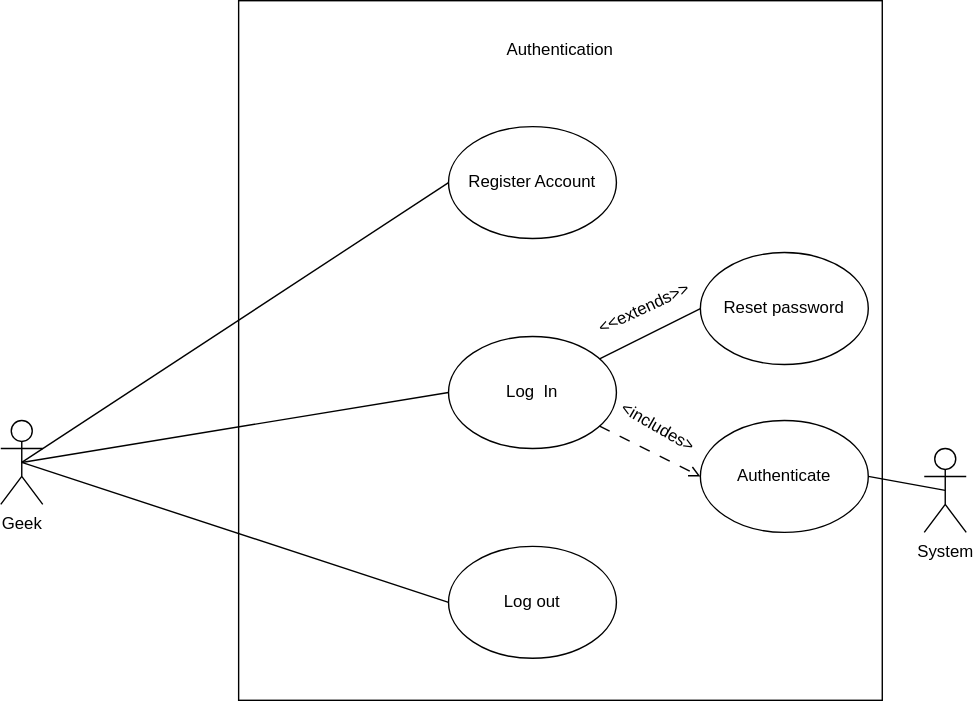
Earlier version of the draw.io export Deliverable1/UsecaseDiagrams/Authentication.drawio.svg (tshegofatso-motlhakane/Geeks-Chat). Source tidied: cells renumbered, new cells last; positions are measured from the earlier drawing's top-left corner, leaving out a move shared by most shapes.
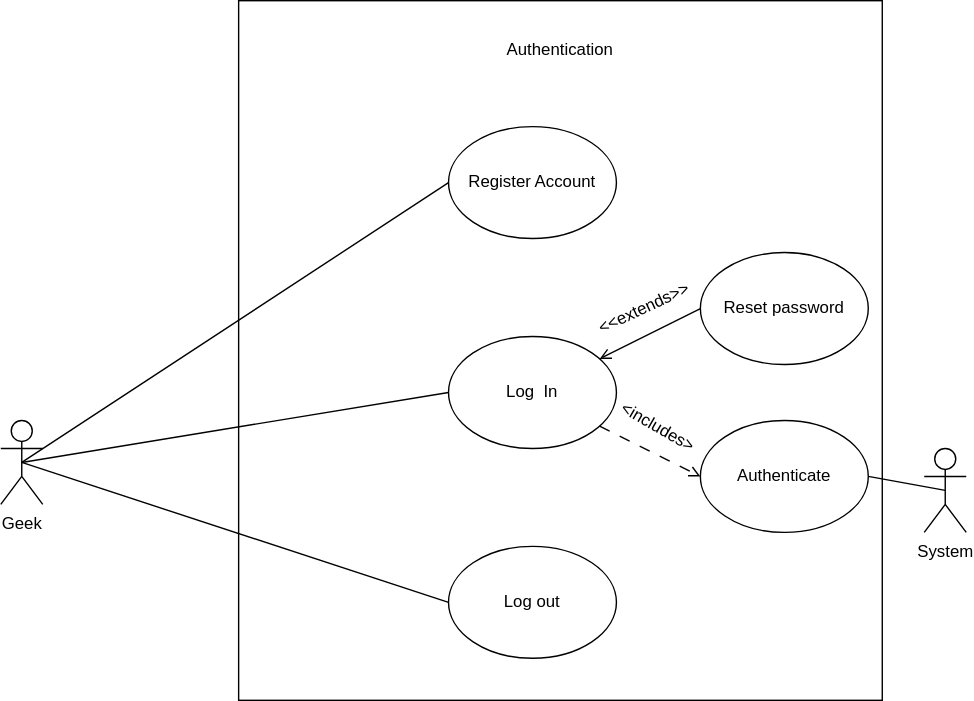
The same diagram one commit later.

Diff of the diagram source:
```diff
@@ -47,7 +47,7 @@
     <mxCell id="16" value="&amp;lt;includes&amp;gt;" style="text;html=1;strokeColor=none;fillColor=none;align=center;verticalAlign=middle;whiteSpace=wrap;rounded=0;rotation=30;" parent="1" vertex="1">
       <mxGeometry x="440" y="290" width="60" height="30" as="geometry" />
     </mxCell>
-    <mxCell id="17" style="endArrow=none;html=1;rounded=0;entryX=0;entryY=0.5;entryDx=0;entryDy=0;" parent="1" edge="1" source="6" target="7">
+    <mxCell id="17" style="endArrow=none;html=1;rounded=0;entryX=0;entryY=0.5;entryDx=0;entryDy=0;startArrow=open;startFill=0;" parent="1" edge="1" source="6" target="7">
       <mxGeometry relative="1" as="geometry" />
     </mxCell>
     <mxCell id="18" value="&amp;lt;&amp;lt;extends&amp;gt;&amp;gt;" style="text;html=1;strokeColor=none;fillColor=none;align=center;verticalAlign=middle;whiteSpace=wrap;rounded=0;rotation=-25;" parent="1" vertex="1">
```
